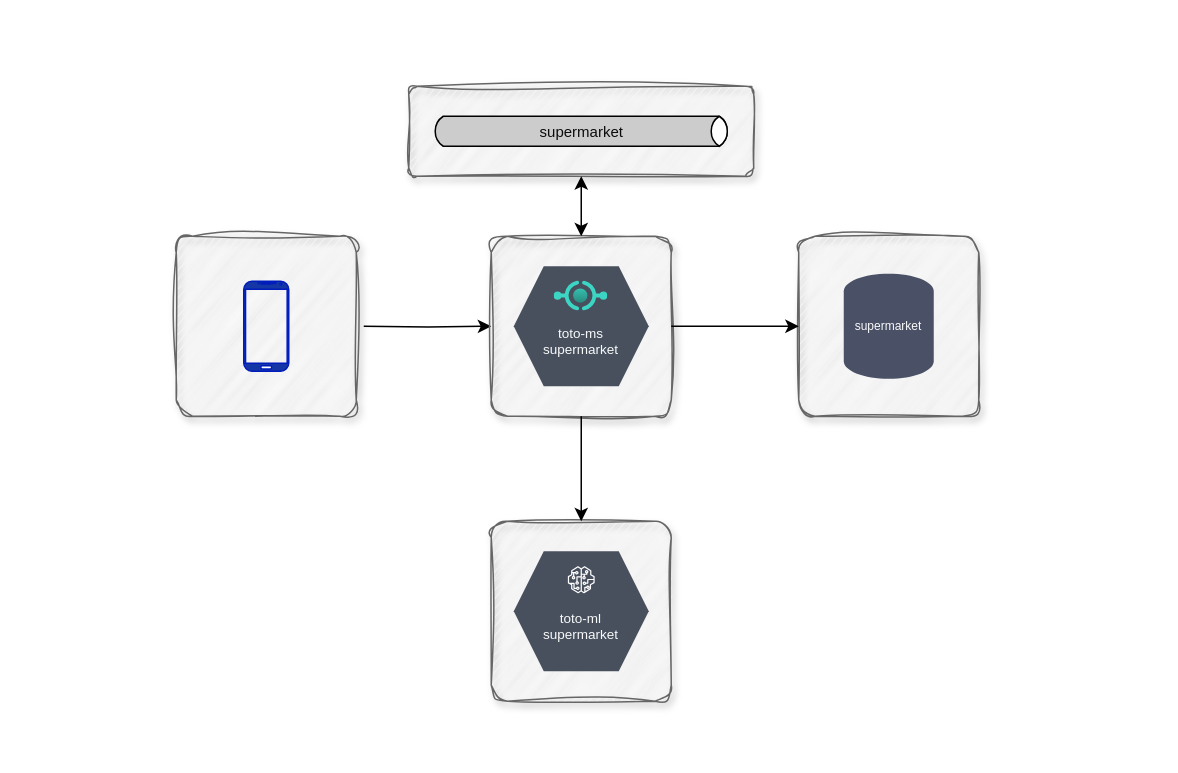
Before: page "Architecture" (1 of 2) of docs/diagrams/Architecture.drawio in nicolasances/toto-ms-supermarket, a draw.io diagram. Source tidied: cells renumbered, new cells numbered last; positions are measured from the earlier drawing's top-left corner, leaving out a move shared by most shapes. Both pictures are drawn from the tidied source at 150%, with x=0, y=0 at pixel (176, 86).
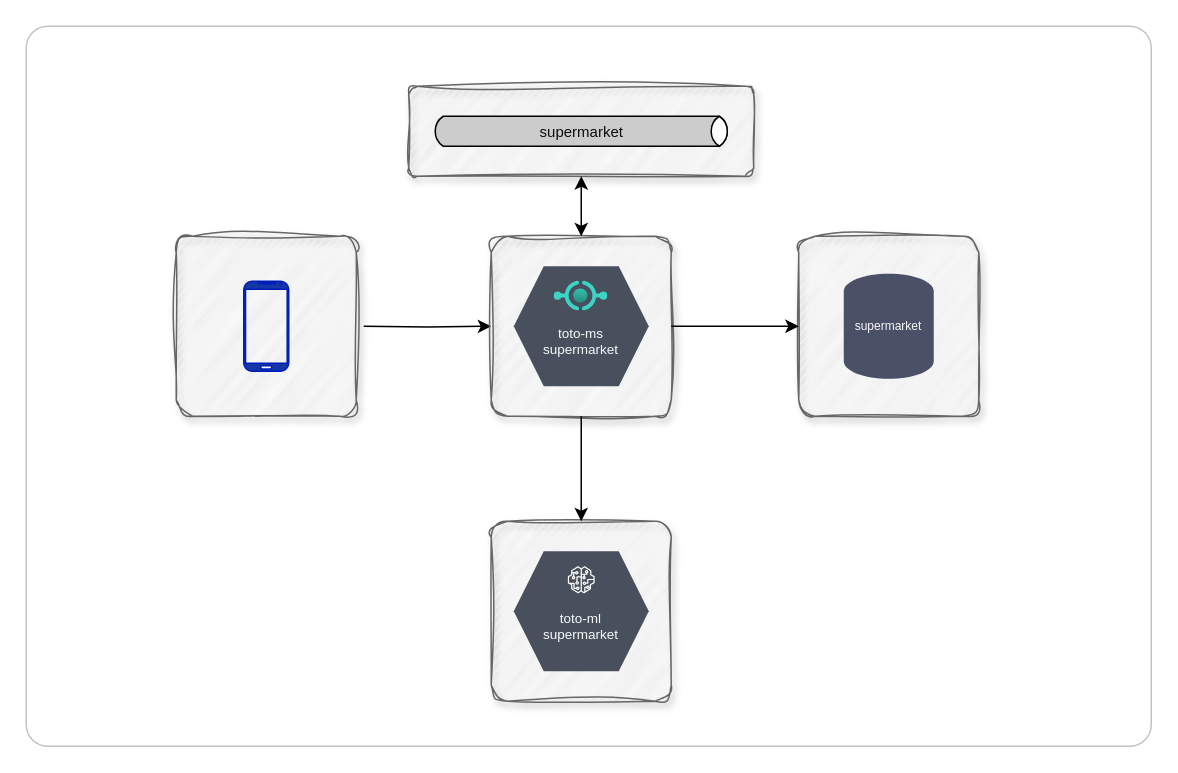
The same page after the edit.

Diff of the diagram source:
```diff
@@
+    <mxCell id="22" style="whiteSpace=wrap;html=1;rounded=1;arcSize=3;strokeColor=#C2C2C2;" parent="1" vertex="1">
+      <mxGeometry x="-100" y="-40" width="750" height="480" as="geometry" />
+    </mxCell>
```
